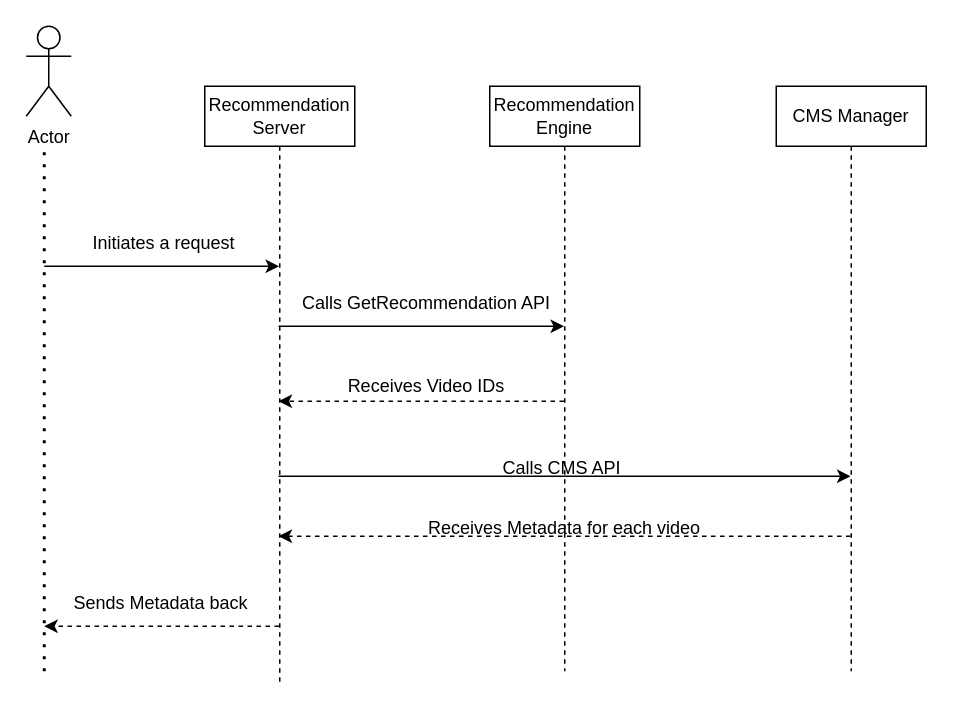
This is recommendation serving.drawio from nevillio/hello-world, a draw.io file, before an edit. Source tidied: cells renumbered, new cells numbered last; positions are measured from the earlier drawing's top-left corner, leaving out a move shared by most shapes. Both pictures are drawn from the tidied source at 150%, with x=0, y=0 at pixel (26, 26).
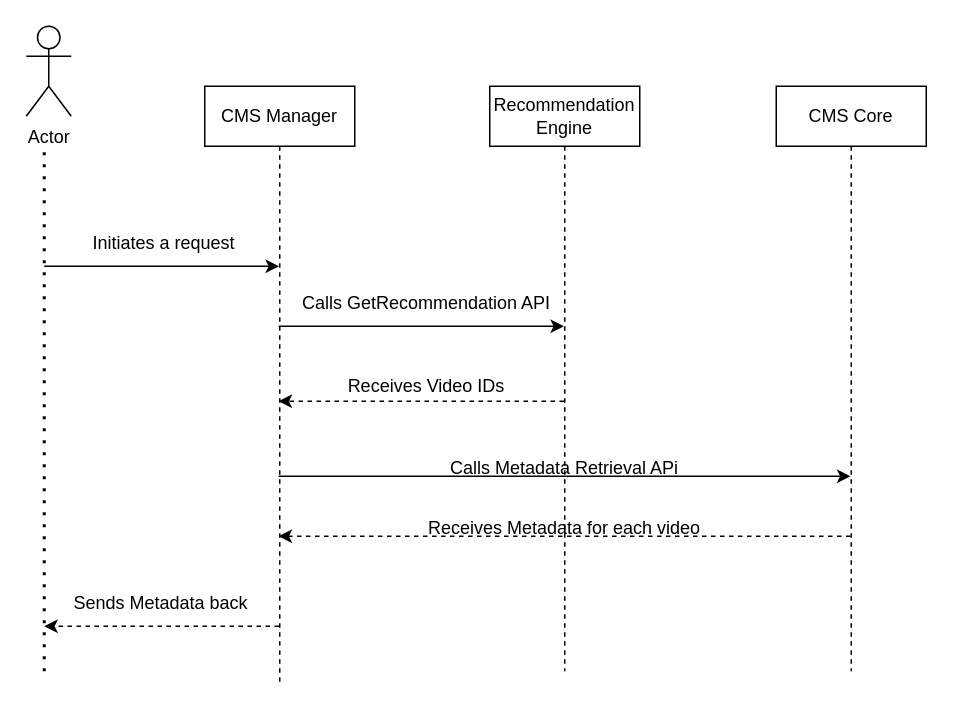
The same page after the edit.

Diff of the diagram source:
```diff
@@
-    <mxCell id="2" value="Recommendation&lt;br&gt;Server" style="shape=umlLifeline;perimeter=lifelinePerimeter;whiteSpace=wrap;html=1;outlineConnect=0;portConstraint=eastwest;newEdgeStyle={&quot;edgeStyle&quot;:&quot;elbowEdgeStyle&quot;,&quot;elbow&quot;:&quot;vertical&quot;,&quot;curved&quot;:0,&quot;rounded&quot;:0};" parent="1" vertex="1">
+    <mxCell id="2" value="CMS Manager" style="shape=umlLifeline;perimeter=lifelinePerimeter;whiteSpace=wrap;html=1;outlineConnect=0;portConstraint=eastwest;newEdgeStyle={&quot;edgeStyle&quot;:&quot;elbowEdgeStyle&quot;,&quot;elbow&quot;:&quot;vertical&quot;,&quot;curved&quot;:0,&quot;rounded&quot;:0};" parent="1" vertex="1">
       <mxGeometry x="119" y="40" width="100" height="400" as="geometry" />
     </mxCell>
-    <mxCell id="3" value="CMS Manager" style="shape=umlLifeline;perimeter=lifelinePerimeter;whiteSpace=wrap;html=1;newEdgeStyle={&quot;edgeStyle&quot;:&quot;elbowEdgeStyle&quot;,&quot;elbow&quot;:&quot;vertical&quot;,&quot;curved&quot;:0,&quot;rounded&quot;:0};" parent="1" vertex="1">
+    <mxCell id="3" value="CMS Core" style="shape=umlLifeline;perimeter=lifelinePerimeter;whiteSpace=wrap;html=1;newEdgeStyle={&quot;edgeStyle&quot;:&quot;elbowEdgeStyle&quot;,&quot;elbow&quot;:&quot;vertical&quot;,&quot;curved&quot;:0,&quot;rounded&quot;:0};" parent="1" vertex="1">
       <mxGeometry x="500" y="40" width="100" height="390" as="geometry" />
     </mxCell>
@@
-    <mxCell id="16" value="Calls CMS API&amp;nbsp;" style="text;html=1;strokeColor=none;fillColor=none;align=center;verticalAlign=middle;whiteSpace=wrap;rounded=0;" parent="1" vertex="1">
+    <mxCell id="16" value="Calls Metadata Retrieval APi" style="text;html=1;strokeColor=none;fillColor=none;align=center;verticalAlign=middle;whiteSpace=wrap;rounded=0;" parent="1" vertex="1">
       <mxGeometry x="264" y="280" width="190" height="30" as="geometry" />
     </mxCell>
```
